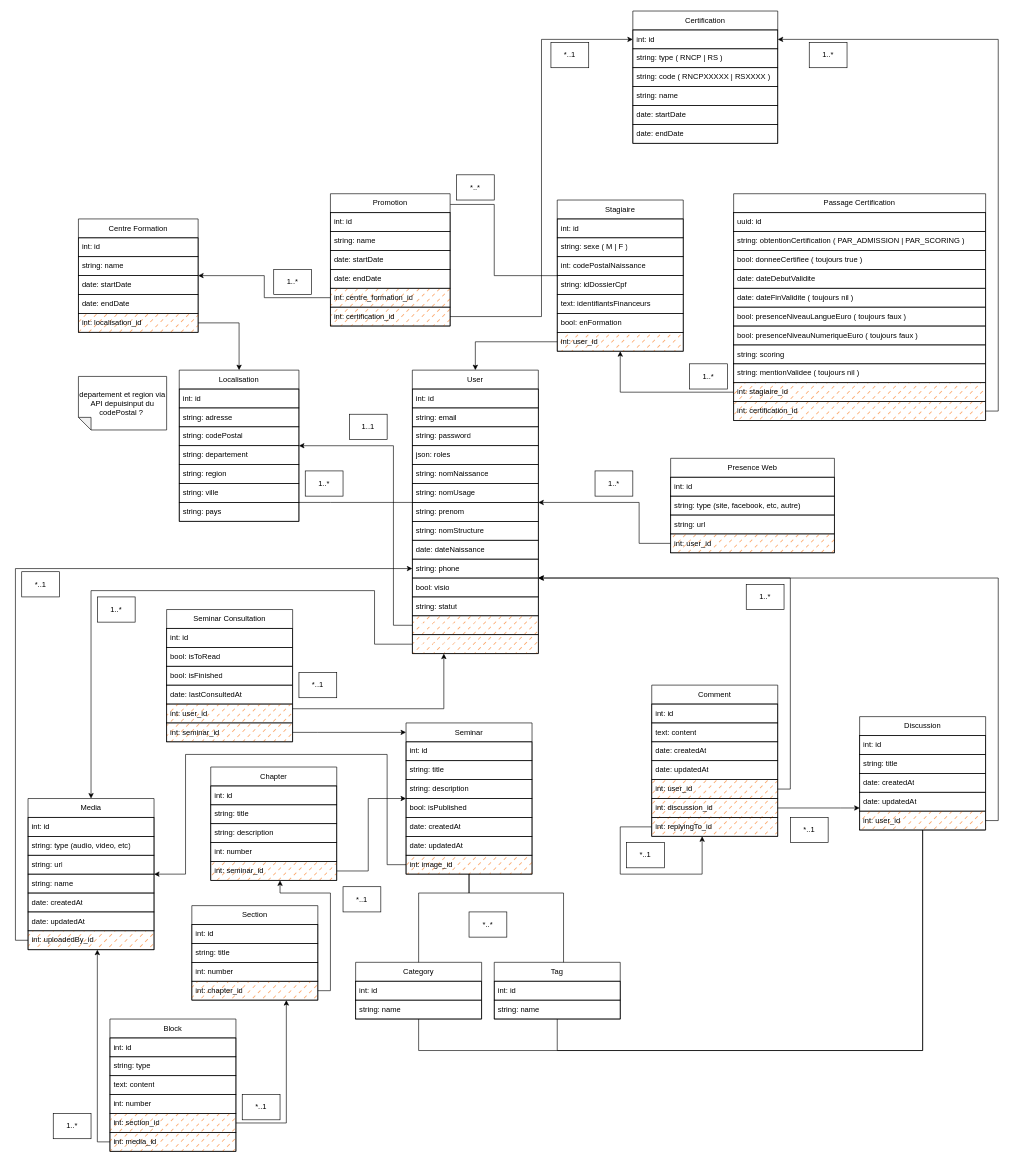
Above: MCD.drawio in ecole-richard-cross/espace-numerique (draw.io), before the change. Source tidied: cells renumbered, new cells numbered last; positions are measured from the earlier drawing's top-left corner, leaving out a move shared by most shapes. Both pictures are drawn from the tidied source at 63%, with x=0, y=0 at pixel (15, 11).
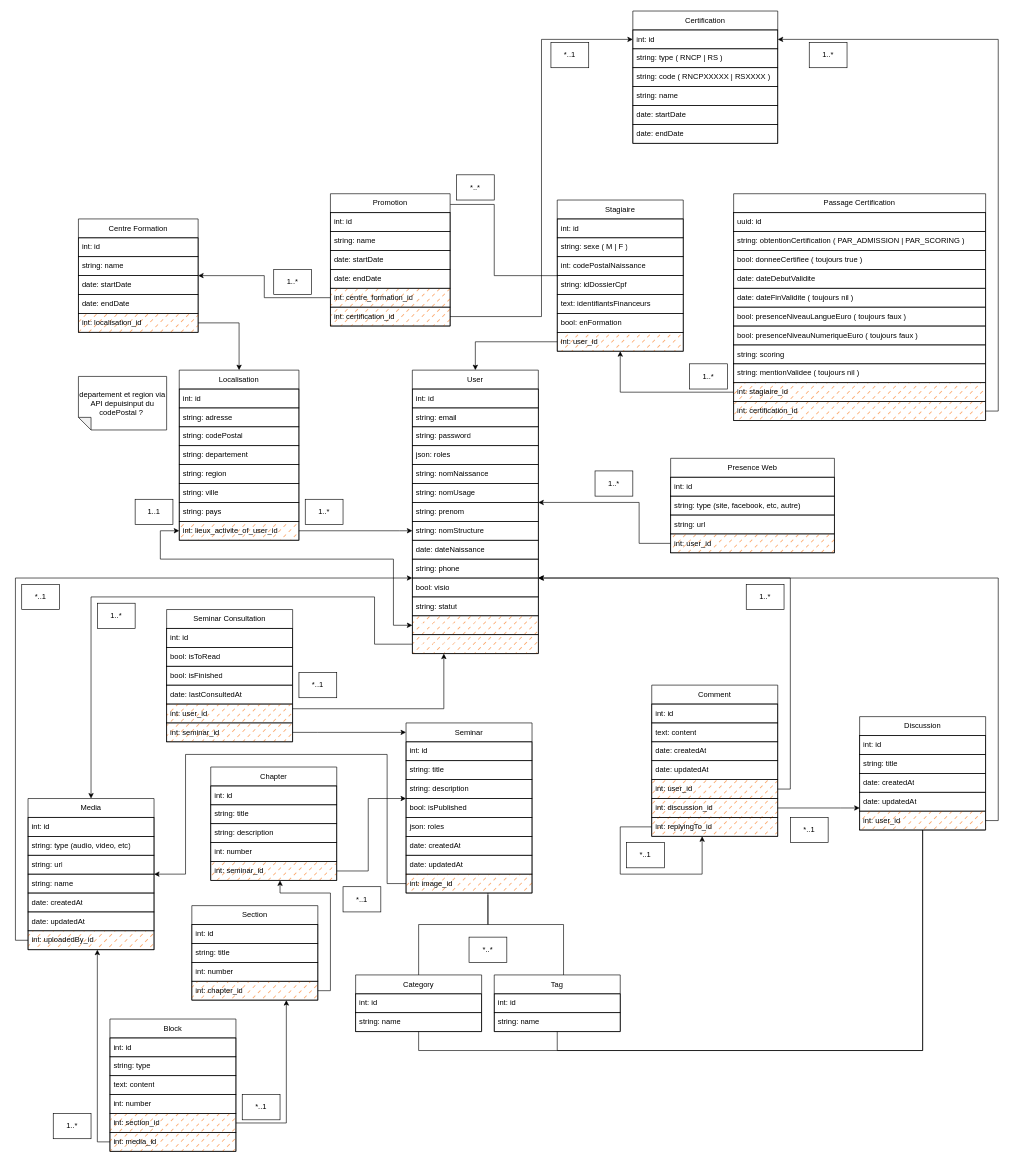
Above is the later version.

Commit message (it also covers changes not shown here):
feat/dev: added roles to Seminar entity + MCD

Unchanged cells that the change refers to:
```xml
<mxCell id="43" value="string: ville" style="text;align=left;verticalAlign=middle;spacingLeft=4;spacingRight=4;overflow=hidden;points=[[0,0.5],[1,0.5]];portConstraint=eastwest;whiteSpace=wrap;html=1;rounded=0;labelBackgroundColor=none;shadow=0;swimlaneLine=1;fillOpacity=100;snapToPoint=0;fixDash=0;backgroundOutline=0;enumerate=0;comic=0;strokeColor=default;" parent="37" vertex="1">
  <mxGeometry y="180" width="190" height="30" as="geometry" />
</mxCell>
<mxCell id="70" value="User" style="swimlane;fontStyle=0;horizontal=1;startSize=30;whiteSpace=wrap;html=1;rounded=0;labelBackgroundColor=none;shadow=0;swimlaneLine=1;fillOpacity=100;snapToPoint=0;fixDash=0;backgroundOutline=0;enumerate=0;comic=0;strokeColor=default;" parent="1" vertex="1">
  <mxGeometry x="630" y="570" width="200" height="450" as="geometry" />
</mxCell>
<mxCell id="83" value="int: adressePostale" style="text;align=left;verticalAlign=middle;spacingLeft=4;spacingRight=4;overflow=hidden;points=[[0,0.5],[1,0.5]];portConstraint=eastwest;whiteSpace=wrap;html=1;rounded=0;labelBackgroundColor=none;shadow=0;swimlaneLine=1;fillOpacity=100;snapToPoint=0;fixDash=0;backgroundOutline=0;enumerate=0;comic=0;strokeColor=default;fillColor=#FA6800;fontColor=#ffffff;fillStyle=dashed;" parent="70" vertex="1">
  <mxGeometry y="390" width="200" height="30" as="geometry" />
</mxCell>
<mxCell id="84" value="int: avatar_id" style="text;align=left;verticalAlign=middle;spacingLeft=4;spacingRight=4;overflow=hidden;points=[[0,0.5],[1,0.5]];portConstraint=eastwest;whiteSpace=wrap;html=1;rounded=0;labelBackgroundColor=none;shadow=0;swimlaneLine=1;fillOpacity=100;snapToPoint=0;fixDash=0;backgroundOutline=0;enumerate=0;comic=0;strokeColor=default;fillColor=#FA6800;fontColor=#ffffff;fillStyle=dashed;" parent="70" vertex="1">
  <mxGeometry y="420" width="200" height="30" as="geometry" />
</mxCell>
<mxCell id="104" value="Media" style="swimlane;fontStyle=0;horizontal=1;startSize=30;whiteSpace=wrap;html=1;rounded=0;labelBackgroundColor=none;shadow=0;swimlaneLine=1;fillOpacity=100;snapToPoint=0;fixDash=0;backgroundOutline=0;enumerate=0;comic=0;strokeColor=default;" parent="1" vertex="1">
  <mxGeometry x="20" y="1250" width="200" height="240" as="geometry" />
</mxCell>
<mxCell id="111" value="int: uploadedBy_id" style="text;align=left;verticalAlign=middle;spacingLeft=4;spacingRight=4;overflow=hidden;points=[[0,0.5],[1,0.5]];portConstraint=eastwest;whiteSpace=wrap;html=1;rounded=0;labelBackgroundColor=none;shadow=0;swimlaneLine=1;fillOpacity=100;snapToPoint=0;fixDash=0;backgroundOutline=0;enumerate=0;comic=0;strokeColor=default;fillColor=#FA6800;fillStyle=dashed;" parent="104" vertex="1">
  <mxGeometry y="210" width="200" height="30" as="geometry" />
</mxCell>
```

What changed in the source:
```diff
@@
-    <mxCell id="36" style="edgeStyle=orthogonalEdgeStyle;rounded=0;html=1;endArrow=none;endFill=0;labelBackgroundColor=none;fontColor=default;shadow=0;swimlaneLine=1;fillOpacity=100;snapToPoint=0;fixDash=0;backgroundOutline=0;enumerate=0;comic=0;strokeColor=default;" parent="1" edge="1" source="43" target="70">
+    <mxCell id="36" style="edgeStyle=orthogonalEdgeStyle;rounded=0;html=1;endArrow=classic;endFill=1;labelBackgroundColor=none;fontColor=default;shadow=0;swimlaneLine=1;fillOpacity=100;snapToPoint=0;fixDash=0;backgroundOutline=0;enumerate=0;comic=0;strokeColor=default;exitX=1;exitY=0.5;exitDx=0;exitDy=0;" parent="1" edge="1" source="177" target="70">
       <mxGeometry relative="1" as="geometry">
         <Array as="points">
-          <mxPoint x="500" y="780" />
-          <mxPoint x="500" y="780" />
+          <mxPoint x="610" y="825" />
+          <mxPoint x="610" y="825" />
         </Array>
       </mxGeometry>
     </mxCell>
     <mxCell id="37" value="Localisation" style="swimlane;fontStyle=0;horizontal=1;startSize=30;whiteSpace=wrap;html=1;rounded=0;labelBackgroundColor=none;shadow=0;swimlaneLine=1;fillOpacity=100;snapToPoint=0;fixDash=0;backgroundOutline=0;enumerate=0;comic=0;strokeColor=default;" parent="1" vertex="1">
-      <mxGeometry x="260" y="570" width="190" height="240" as="geometry" />
+      <mxGeometry x="260" y="570" width="190" height="270" as="geometry" />
     </mxCell>
@@
+    <mxCell id="177" value="int:&amp;nbsp;lieux_activite_of_user_id" style="text;align=left;verticalAlign=middle;spacingLeft=4;spacingRight=4;overflow=hidden;points=[[0,0.5],[1,0.5]];portConstraint=eastwest;whiteSpace=wrap;html=1;rounded=0;labelBackgroundColor=none;shadow=0;swimlaneLine=1;fillOpacity=100;snapToPoint=0;fixDash=0;backgroundOutline=0;enumerate=0;comic=0;strokeColor=default;fillColor=#FA6800;fillStyle=dashed;" parent="37" vertex="1">
+      <mxGeometry y="240" width="190" height="30" as="geometry" />
+    </mxCell>
     <mxCell id="45" value="1..*" style="text;align=center;html=1;verticalAlign=middle;whiteSpace=wrap;rounded=0;labelBackgroundColor=none;shadow=0;swimlaneLine=1;fillOpacity=100;fixDash=0;backgroundOutline=0;enumerate=0;comic=0;strokeColor=default;" parent="1" vertex="1">
-      <mxGeometry x="460" y="730" width="60" height="40" as="geometry" />
+      <mxGeometry x="460" y="775" width="60" height="40" as="geometry" />
     </mxCell>
@@
-    <mxCell id="60" style="edgeStyle=orthogonalEdgeStyle;rounded=0;html=1;startArrow=none;startFill=0;endArrow=classic;endFill=1;exitX=0;exitY=0.5;exitDx=0;exitDy=0;" parent="1" edge="1" source="83" target="37">
+    <mxCell id="60" style="edgeStyle=orthogonalEdgeStyle;rounded=0;html=1;startArrow=classic;startFill=1;endArrow=classic;endFill=1;exitX=0;exitY=0.5;exitDx=0;exitDy=0;entryX=0;entryY=0.5;entryDx=0;entryDy=0;" parent="1" edge="1" source="83" target="177">
       <mxGeometry relative="1" as="geometry">
         <Array as="points">
           <mxPoint x="600" y="975" />
-          <mxPoint x="600" y="690" />
+          <mxPoint x="600" y="870" />
+          <mxPoint x="230" y="870" />
+          <mxPoint x="230" y="825" />
         </Array>
       </mxGeometry>
     </mxCell>
     <mxCell id="61" value="1..1" style="text;align=center;html=1;verticalAlign=middle;whiteSpace=wrap;rounded=0;labelBackgroundColor=none;shadow=0;swimlaneLine=1;fillOpacity=100;fixDash=0;backgroundOutline=0;enumerate=0;comic=0;strokeColor=default;" parent="1" vertex="1">
-      <mxGeometry x="530" y="640" width="60" height="40" as="geometry" />
+      <mxGeometry x="190" y="775" width="60" height="40" as="geometry" />
     </mxCell>
@@
     <mxCell id="88" value="Seminar" style="swimlane;fontStyle=0;horizontal=1;startSize=30;whiteSpace=wrap;html=1;rounded=0;labelBackgroundColor=none;shadow=0;swimlaneLine=1;fillOpacity=100;snapToPoint=0;fixDash=0;backgroundOutline=0;enumerate=0;comic=0;strokeColor=default;" parent="1" vertex="1">
-      <mxGeometry x="620" y="1130" width="200" height="240" as="geometry" />
+      <mxGeometry x="620" y="1130" width="200" height="270" as="geometry" />
     </mxCell>
@@
+    <mxCell id="178" value="json: roles" style="text;align=left;verticalAlign=middle;spacingLeft=4;spacingRight=4;overflow=hidden;whiteSpace=wrap;html=1;rounded=0;labelBackgroundColor=none;shadow=0;swimlaneLine=1;fillOpacity=100;fixDash=0;backgroundOutline=0;enumerate=0;comic=0;strokeColor=default;" parent="88" vertex="1">
+      <mxGeometry y="150" width="200" height="30" as="geometry" />
+    </mxCell>
     <mxCell id="93" value="date: createdAt" style="text;align=left;verticalAlign=middle;spacingLeft=4;spacingRight=4;overflow=hidden;whiteSpace=wrap;html=1;rounded=0;labelBackgroundColor=none;shadow=0;swimlaneLine=1;fillOpacity=100;fixDash=0;backgroundOutline=0;enumerate=0;comic=0;strokeColor=default;" parent="88" vertex="1">
-      <mxGeometry y="150" width="200" height="30" as="geometry" />
+      <mxGeometry y="180" width="200" height="30" as="geometry" />
     </mxCell>
     <mxCell id="94" value="date: updatedAt" style="text;align=left;verticalAlign=middle;spacingLeft=4;spacingRight=4;overflow=hidden;whiteSpace=wrap;html=1;rounded=0;labelBackgroundColor=none;shadow=0;swimlaneLine=1;fillOpacity=100;fixDash=0;backgroundOutline=0;enumerate=0;comic=0;strokeColor=default;" parent="88" vertex="1">
-      <mxGeometry y="180" width="200" height="30" as="geometry" />
+      <mxGeometry y="210" width="200" height="30" as="geometry" />
     </mxCell>
     <mxCell id="95" value="int: image_id" style="text;align=left;verticalAlign=middle;spacingLeft=4;spacingRight=4;overflow=hidden;points=[[0,0.5],[1,0.5]];portConstraint=eastwest;whiteSpace=wrap;html=1;rounded=0;labelBackgroundColor=none;shadow=0;swimlaneLine=1;fillOpacity=100;snapToPoint=0;fixDash=0;backgroundOutline=0;enumerate=0;comic=0;strokeColor=default;fillColor=#FA6800;fillStyle=dashed;" parent="88" vertex="1">
-      <mxGeometry y="210" width="200" height="30" as="geometry" />
+      <mxGeometry y="240" width="200" height="30" as="geometry" />
     </mxCell>
     <mxCell id="96" value="*..*" style="text;align=center;html=1;verticalAlign=middle;whiteSpace=wrap;rounded=0;labelBackgroundColor=none;shadow=0;swimlaneLine=1;fillOpacity=100;fixDash=0;backgroundOutline=0;enumerate=0;comic=0;strokeColor=default;" parent="1" vertex="1">
-      <mxGeometry x="720" y="1430" width="60" height="40" as="geometry" />
+      <mxGeometry x="720" y="1470" width="60" height="40" as="geometry" />
     </mxCell>
     <mxCell id="97" value="Category" style="swimlane;fontStyle=0;horizontal=1;startSize=30;whiteSpace=wrap;html=1;rounded=0;labelBackgroundColor=none;shadow=0;swimlaneLine=1;fillOpacity=100;snapToPoint=0;fixDash=0;backgroundOutline=0;enumerate=0;comic=0;strokeColor=default;" parent="1" vertex="1">
-      <mxGeometry x="540" y="1510" width="200" height="90" as="geometry" />
+      <mxGeometry x="540" y="1530" width="200" height="90" as="geometry" />
     </mxCell>
@@
     <mxCell id="100" value="Tag" style="swimlane;fontStyle=0;horizontal=1;startSize=30;whiteSpace=wrap;html=1;rounded=0;labelBackgroundColor=none;shadow=0;swimlaneLine=1;fillOpacity=100;snapToPoint=0;fixDash=0;backgroundOutline=0;enumerate=0;comic=0;strokeColor=default;" parent="1" vertex="1">
-      <mxGeometry x="760" y="1510" width="200" height="90" as="geometry" />
+      <mxGeometry x="760" y="1530" width="200" height="90" as="geometry" />
     </mxCell>
@@
-    <mxCell id="103" style="edgeStyle=orthogonalEdgeStyle;rounded=0;html=1;startArrow=none;startFill=0;endArrow=none;endFill=0;" parent="1" edge="1" source="97" target="88">
+    <mxCell id="103" style="edgeStyle=orthogonalEdgeStyle;rounded=0;html=1;startArrow=none;startFill=0;endArrow=none;endFill=0;" parent="1" edge="1" source="97">
       <mxGeometry relative="1" as="geometry">
+        <mxPoint x="750" y="1403" as="targetPoint" />
         <Array as="points">
-          <mxPoint x="640" y="1400" />
-          <mxPoint x="720" y="1400" />
+          <mxPoint x="640" y="1450" />
+          <mxPoint x="750" y="1450" />
+          <mxPoint x="750" y="1403" />
         </Array>
       </mxGeometry>
     </mxCell>
@@
     <mxCell id="130" style="edgeStyle=orthogonalEdgeStyle;rounded=0;html=1;startArrow=none;startFill=0;endArrow=none;endFill=0;" parent="1" edge="1" source="100" target="88">
       <mxGeometry relative="1" as="geometry">
         <Array as="points">
-          <mxPoint x="870" y="1400" />
-          <mxPoint x="720" y="1400" />
+          <mxPoint x="870" y="1450" />
+          <mxPoint x="750" y="1450" />
         </Array>
       </mxGeometry>
     </mxCell>
@@
     <mxCell id="154" style="edgeStyle=orthogonalEdgeStyle;rounded=0;html=1;exitX=0;exitY=0.5;exitDx=0;exitDy=0;startArrow=none;startFill=0;endArrow=classic;endFill=1;" parent="1" edge="1" source="111" target="70">
       <mxGeometry relative="1" as="geometry">
         <Array as="points">
           <mxPoint y="1475" />
-          <mxPoint y="885" />
+          <mxPoint y="900" />
         </Array>
       </mxGeometry>
     </mxCell>
     <mxCell id="155" value="*..1" style="text;align=center;html=1;verticalAlign=middle;whiteSpace=wrap;rounded=0;labelBackgroundColor=none;shadow=0;swimlaneLine=1;fillOpacity=100;fixDash=0;backgroundOutline=0;enumerate=0;comic=0;strokeColor=default;" parent="1" vertex="1">
-      <mxGeometry x="10" y="890" width="60" height="40" as="geometry" />
+      <mxGeometry x="10" y="910" width="60" height="40" as="geometry" />
     </mxCell>
@@
     <mxCell id="173" style="edgeStyle=orthogonalEdgeStyle;rounded=0;html=1;exitX=0;exitY=0.5;exitDx=0;exitDy=0;" parent="1" edge="1" source="84" target="104">
       <mxGeometry relative="1" as="geometry">
         <Array as="points">
           <mxPoint x="570" y="1005" />
-          <mxPoint x="570" y="920" />
-          <mxPoint x="120" y="920" />
+          <mxPoint x="570" y="930" />
+          <mxPoint x="120" y="930" />
         </Array>
       </mxGeometry>
     </mxCell>
     <mxCell id="174" value="1..*" style="text;align=center;html=1;verticalAlign=middle;whiteSpace=wrap;rounded=0;labelBackgroundColor=none;shadow=0;swimlaneLine=1;fillOpacity=100;fixDash=0;backgroundOutline=0;enumerate=0;comic=0;strokeColor=default;" parent="1" vertex="1">
-      <mxGeometry x="130" y="930" width="60" height="40" as="geometry" />
+      <mxGeometry x="130" y="940" width="60" height="40" as="geometry" />
     </mxCell>
@@
     <mxCell id="176" style="edgeStyle=orthogonalEdgeStyle;rounded=0;html=1;exitX=0;exitY=0.5;exitDx=0;exitDy=0;" parent="1" edge="1" source="95" target="104">
       <mxGeometry relative="1" as="geometry">
         <Array as="points">
-          <mxPoint x="590" y="1355" />
+          <mxPoint x="590" y="1385" />
           <mxPoint x="590" y="1180" />
           <mxPoint x="270" y="1180" />
           <mxPoint x="270" y="1370" />
         </Array>
       </mxGeometry>
     </mxCell>
```
